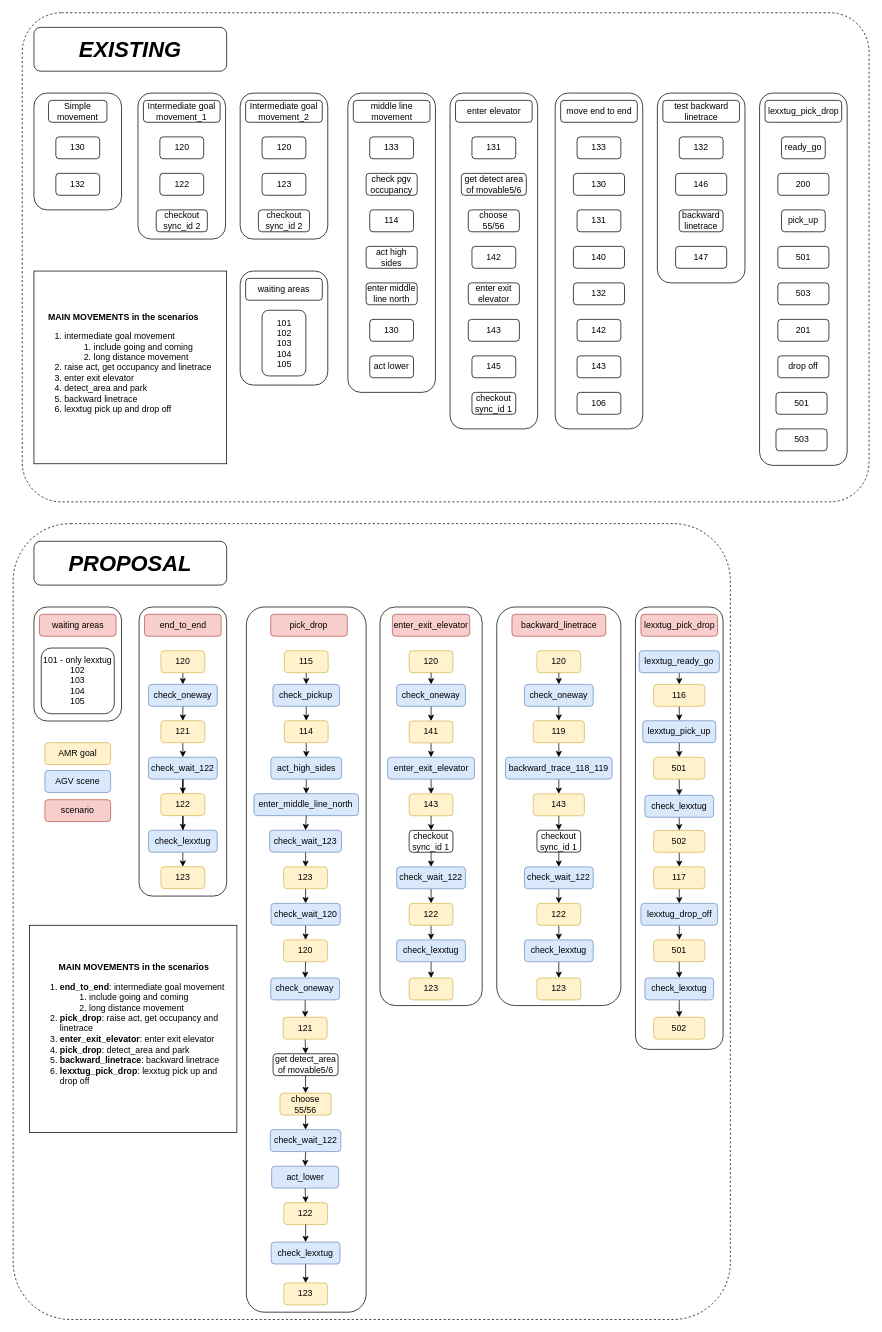
The draw.io diagram 24hrtest.drawio in sdswoops824/myrepo, before the edit. Source tidied: cells renumbered, new cells numbered last; positions are measured from the earlier drawing's top-left corner, leaving out a move shared by most shapes. Both pictures are drawn from the tidied source at 73%, with x=0, y=0 at pixel (13, 12).
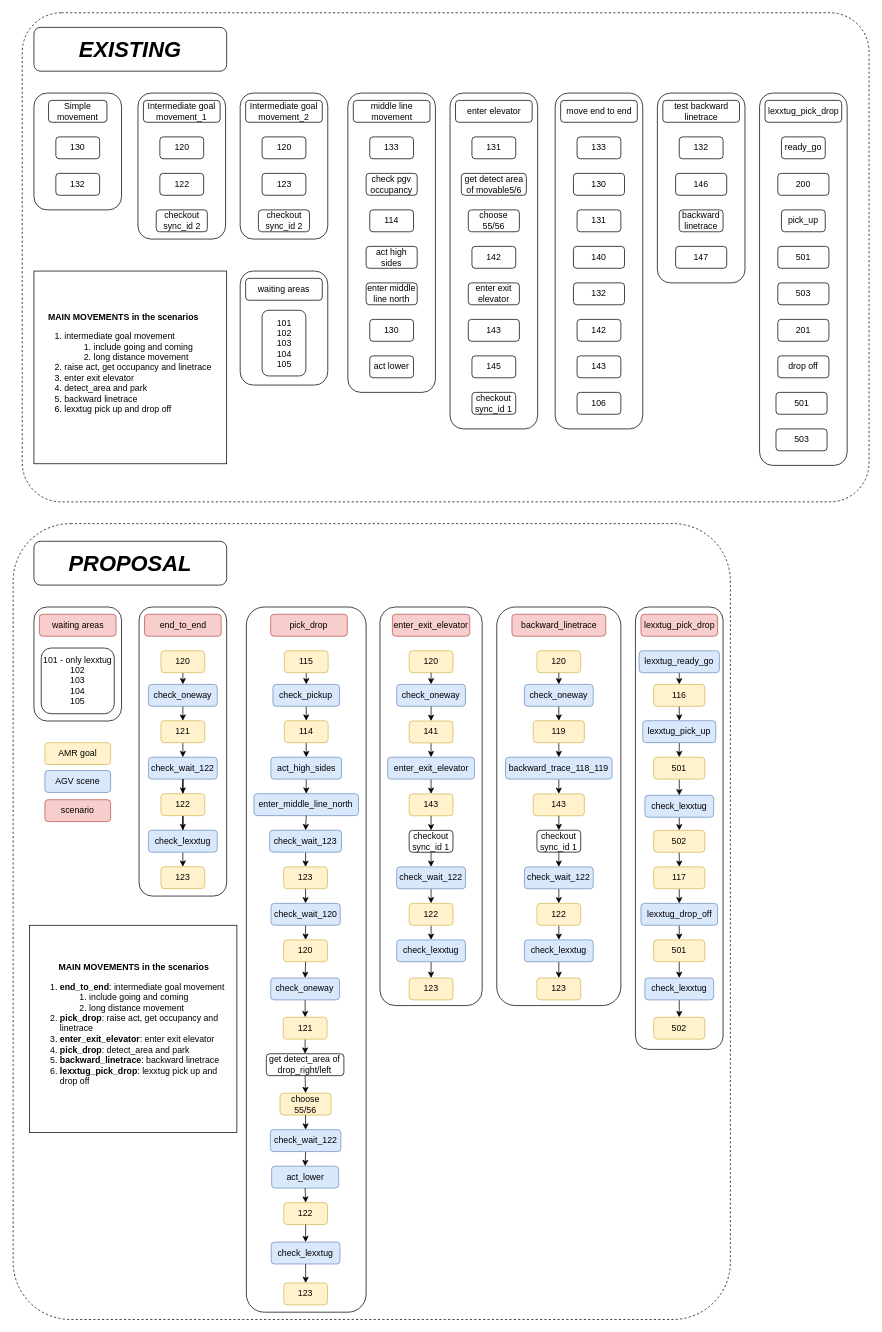
The same diagram, later.

The edit, as a diff of the source:
```diff
@@
-    <mxCell id="134" value="get detect_area of movable5/6" style="rounded=1;whiteSpace=wrap;html=1;" parent="1" vertex="1">
-      <mxGeometry x="355.6" y="1426" width="89" height="30" as="geometry" />
+    <mxCell id="134" value="get detect_area of drop_right/left" style="rounded=1;whiteSpace=wrap;html=1;" parent="1" vertex="1">
+      <mxGeometry x="346.3" y="1426" width="106.3" height="30" as="geometry" />
     </mxCell>
```
